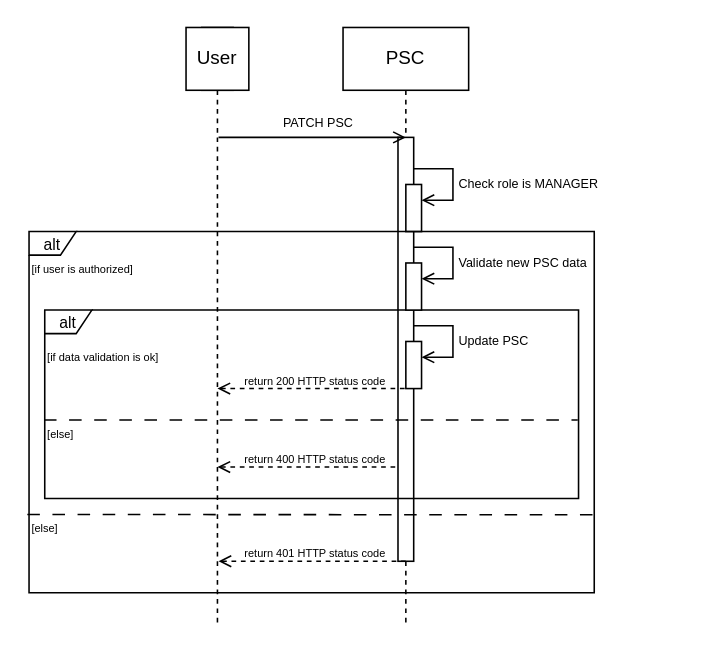
This is sequence3.drawio from IsmailSalehCode/UML-course-work, a draw.io file, before an edit. Source tidied: cells renumbered, new cells numbered last; positions are measured from the earlier drawing's top-left corner, leaving out a move shared by most shapes. Both pictures are drawn from the tidied source at 157%, with x=0, y=0 at pixel (27, 27).
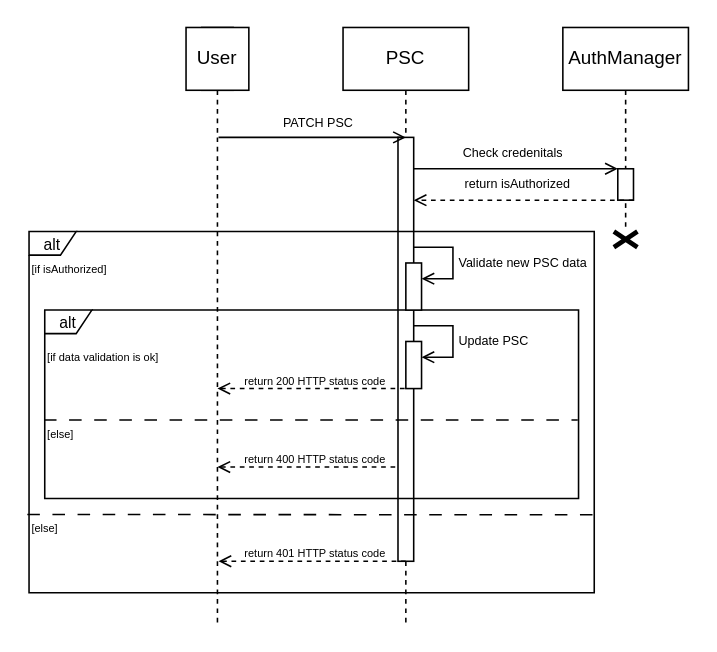
The same diagram, later.

The change refers to these unchanged cells:
```xml
<mxCell id="4" value="PSC" style="shape=umlLifeline;perimeter=lifelinePerimeter;whiteSpace=wrap;html=1;newEdgeStyle={&quot;edgeStyle&quot;:&quot;elbowEdgeStyle&quot;,&quot;elbow&quot;:&quot;vertical&quot;,&quot;curved&quot;:0,&quot;rounded&quot;:0};" parent="1" vertex="1">
  <mxGeometry x="201" width="80" height="380" as="geometry" />
</mxCell>
<mxCell id="6" style="html=1;points=[[0,0,0,0,5],[0,1,0,0,-5],[1,0,0,0,5],[1,1,0,0,-5]];perimeter=orthogonalPerimeter;outlineConnect=0;targetShapes=umlLifeline;portConstraint=eastwest;newEdgeStyle={&quot;curved&quot;:0,&quot;rounded&quot;:0};fontSize=8;" parent="4" vertex="1">
  <mxGeometry x="35" y="70" width="10" height="270" as="geometry" />
</mxCell>
```

The edit, as a diff of the source:
```diff
@@
-    <mxCell id="5" value="Check role is MANAGER" style="html=1;align=left;spacingLeft=2;endArrow=open;rounded=0;edgeStyle=orthogonalEdgeStyle;curved=0;rounded=0;fontSize=8;endFill=0;" parent="4" edge="1" source="6" target="7">
-      <mxGeometry x="0.08" relative="1" as="geometry">
-        <Array as="points">
-          <mxPoint x="70" y="90" />
-          <mxPoint x="70" y="110" />
-        </Array>
-      </mxGeometry>
-    </mxCell>
@@
-    <mxCell id="7" style="html=1;points=[[0,0,0,0,5],[0,1,0,0,-5],[1,0,0,0,5],[1,1,0,0,-5]];perimeter=orthogonalPerimeter;outlineConnect=0;targetShapes=umlLifeline;portConstraint=eastwest;newEdgeStyle={&quot;curved&quot;:0,&quot;rounded&quot;:0};fontSize=8;" parent="4" vertex="1">
-      <mxGeometry x="40" y="100" width="10" height="30" as="geometry" />
-    </mxCell>
@@
-    <mxCell id="13" value="&lt;font style=&quot;font-size: 7px;&quot;&gt;[if user is authorized]&lt;/font&gt;" style="text;html=1;align=left;verticalAlign=middle;strokeColor=none;fillColor=none;fontSize=7;" parent="1" vertex="1">
-      <mxGeometry x="1" y="145" width="90" height="20" as="geometry" />
+    <mxCell id="13" value="&lt;font style=&quot;font-size: 7px;&quot;&gt;[if isAuthorized]&lt;/font&gt;" style="text;html=1;align=left;verticalAlign=middle;strokeColor=none;fillColor=none;fontSize=7;" parent="1" vertex="1">
+      <mxGeometry x="1" y="145" width="70" height="20" as="geometry" />
     </mxCell>
@@
+    <mxCell id="28" value="AuthManager" style="shape=umlLifeline;perimeter=lifelinePerimeter;whiteSpace=wrap;html=1;newEdgeStyle={&quot;edgeStyle&quot;:&quot;elbowEdgeStyle&quot;,&quot;elbow&quot;:&quot;vertical&quot;,&quot;curved&quot;:0,&quot;rounded&quot;:0};" parent="1" vertex="1">
+      <mxGeometry x="341" width="80" height="130" as="geometry" />
+    </mxCell>
+    <mxCell id="7" style="html=1;points=[[0,0,0,0,5],[0,1,0,0,-5],[1,0,0,0,5],[1,1,0,0,-5]];perimeter=orthogonalPerimeter;outlineConnect=0;targetShapes=umlLifeline;portConstraint=eastwest;newEdgeStyle={&quot;curved&quot;:0,&quot;rounded&quot;:0};fontSize=8;" parent="28" vertex="1">
+      <mxGeometry x="35" y="90" width="10" height="20" as="geometry" />
+    </mxCell>
+    <mxCell id="5" value="Check credenitals" style="html=1;align=center;spacingLeft=2;endArrow=open;rounded=0;edgeStyle=orthogonalEdgeStyle;curved=0;rounded=0;fontSize=8;endFill=0;" parent="1" edge="1" source="6">
+      <mxGeometry x="-0.04" y="10" relative="1" as="geometry">
+        <mxPoint x="376" y="90" as="targetPoint" />
+        <Array as="points">
+          <mxPoint x="376" y="90" />
+        </Array>
+      </mxGeometry>
+    </mxCell>
+    <mxCell id="29" value="return isAuthorized" style="html=1;align=center;spacingLeft=2;endArrow=open;rounded=0;rounded=0;fontSize=8;endFill=0;dashed=1;" parent="1" edge="1">
+      <mxGeometry x="0.07" y="-10" relative="1" as="geometry">
+        <mxPoint x="386" y="110" as="sourcePoint" />
+        <mxPoint x="246" y="110" as="targetPoint" />
+      </mxGeometry>
+    </mxCell>
+    <mxCell id="30" style="shape=umlDestroy;whiteSpace=wrap;html=1;strokeWidth=3;targetShapes=umlLifeline;" parent="1" vertex="1">
+      <mxGeometry x="373.5" y="130" width="15" height="10" as="geometry" />
+    </mxCell>
```
